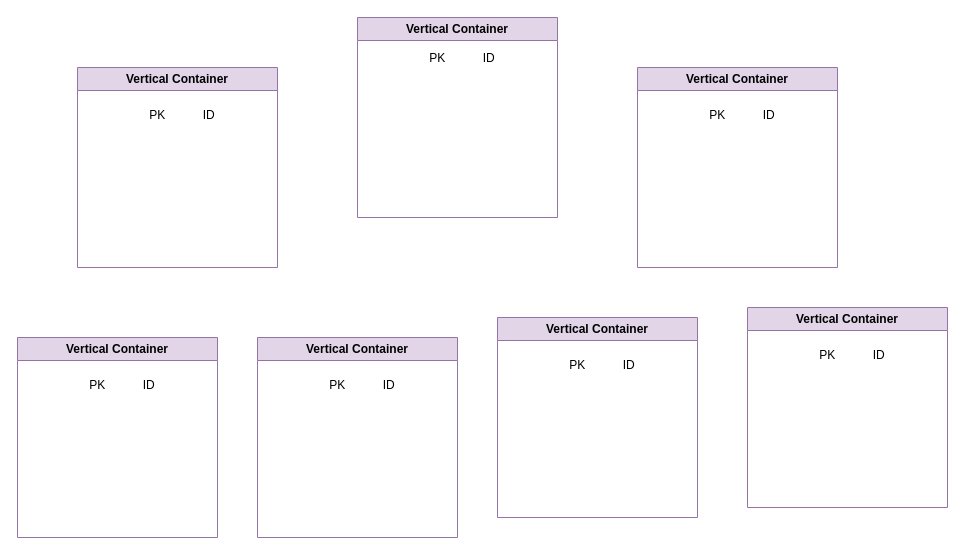
konnylisethalucematorresCAMPUS/baseDeDatosJhon keeps this draw.io diagram as Diagrama sin título.drawio. Above is the earlier version. Source tidied: cells renumbered, new cells numbered last; positions are measured from the earlier drawing's top-left corner, leaving out a move shared by most shapes. Both pictures are drawn from the tidied source at 100%, with x=0, y=0 at pixel (17, 17).
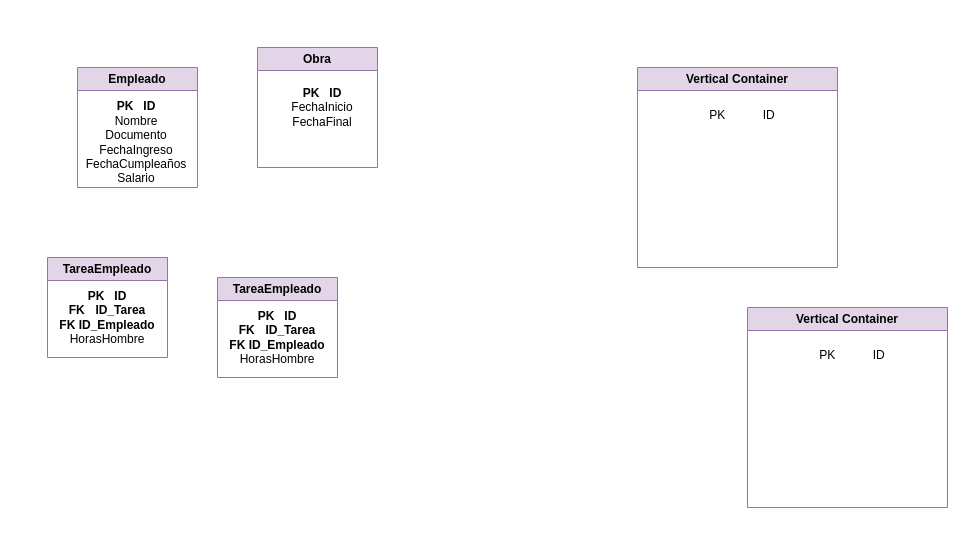
After the change.

The edit, as a diff of the source:
```diff
@@
 <mxGraphModel>
   <root>
     <mxCell id="0" />
     <mxCell id="1" parent="0" />
-    <mxCell id="2" value="Vertical Container" style="swimlane;whiteSpace=wrap;html=1;fillColor=#e1d5e7;strokeColor=#9673a6;" parent="1" vertex="1">
-      <mxGeometry x="240" y="320" width="200" height="200" as="geometry" />
-    </mxCell>
-    <mxCell id="3" value="&lt;blockquote style=&quot;margin: 0 0 0 40px; border: none; padding: 0px;&quot;&gt;PK&amp;nbsp;&lt;span style=&quot;white-space: pre;&quot;&gt;&#9;&lt;span style=&quot;white-space: pre;&quot;&gt;&#9;&lt;/span&gt;&lt;/span&gt;ID&lt;/blockquote&gt;&lt;blockquote style=&quot;margin: 0 0 0 40px; border: none; padding: 0px;&quot;&gt;&lt;br&gt;&lt;/blockquote&gt;" style="text;html=1;align=center;verticalAlign=middle;whiteSpace=wrap;rounded=0;" parent="2" vertex="1">
-      <mxGeometry x="50" y="40" width="70" height="30" as="geometry" />
-    </mxCell>
-    <mxCell id="4" value="Vertical Container" style="swimlane;whiteSpace=wrap;html=1;fillColor=#e1d5e7;strokeColor=#9673a6;" parent="1" vertex="1">
-      <mxGeometry y="320" width="200" height="200" as="geometry" />
-    </mxCell>
-    <mxCell id="5" value="&lt;blockquote style=&quot;margin: 0 0 0 40px; border: none; padding: 0px;&quot;&gt;PK&amp;nbsp;&lt;span style=&quot;white-space: pre;&quot;&gt;&#9;&lt;span style=&quot;white-space: pre;&quot;&gt;&#9;&lt;/span&gt;&lt;/span&gt;ID&lt;/blockquote&gt;&lt;blockquote style=&quot;margin: 0 0 0 40px; border: none; padding: 0px;&quot;&gt;&lt;br&gt;&lt;/blockquote&gt;" style="text;html=1;align=center;verticalAlign=middle;whiteSpace=wrap;rounded=0;" parent="4" vertex="1">
-      <mxGeometry x="50" y="40" width="70" height="30" as="geometry" />
-    </mxCell>
-    <mxCell id="6" value="Vertical Container" style="swimlane;whiteSpace=wrap;html=1;fillColor=#e1d5e7;strokeColor=#9673a6;" parent="1" vertex="1">
-      <mxGeometry x="480" y="300" width="200" height="200" as="geometry" />
-    </mxCell>
-    <mxCell id="7" value="&lt;blockquote style=&quot;margin: 0 0 0 40px; border: none; padding: 0px;&quot;&gt;PK&amp;nbsp;&lt;span style=&quot;white-space: pre;&quot;&gt;&#9;&lt;span style=&quot;white-space: pre;&quot;&gt;&#9;&lt;/span&gt;&lt;/span&gt;ID&lt;/blockquote&gt;&lt;blockquote style=&quot;margin: 0 0 0 40px; border: none; padding: 0px;&quot;&gt;&lt;br&gt;&lt;/blockquote&gt;" style="text;html=1;align=center;verticalAlign=middle;whiteSpace=wrap;rounded=0;" parent="6" vertex="1">
-      <mxGeometry x="50" y="40" width="70" height="30" as="geometry" />
-    </mxCell>
-    <mxCell id="8" value="Vertical Container" style="swimlane;whiteSpace=wrap;html=1;fillColor=#e1d5e7;strokeColor=#9673a6;" parent="1" vertex="1">
-      <mxGeometry x="60" y="50" width="200" height="200" as="geometry" />
+    <mxCell id="8" value="Empleado" style="swimlane;whiteSpace=wrap;html=1;fillColor=#e1d5e7;strokeColor=#9673a6;" parent="1" vertex="1">
+      <mxGeometry x="60" y="50" width="120" height="120" as="geometry" />
     </mxCell>
-    <mxCell id="9" value="&lt;blockquote style=&quot;margin: 0 0 0 40px; border: none; padding: 0px;&quot;&gt;PK&amp;nbsp;&lt;span style=&quot;white-space: pre;&quot;&gt;&#9;&lt;span style=&quot;white-space: pre;&quot;&gt;&#9;&lt;/span&gt;&lt;/span&gt;ID&lt;/blockquote&gt;&lt;blockquote style=&quot;margin: 0 0 0 40px; border: none; padding: 0px;&quot;&gt;&lt;br&gt;&lt;/blockquote&gt;" style="text;html=1;align=center;verticalAlign=middle;whiteSpace=wrap;rounded=0;" parent="8" vertex="1">
-      <mxGeometry x="50" y="40" width="70" height="30" as="geometry" />
+    <mxCell id="9" value="&lt;blockquote style=&quot;margin: 0 0 0 40px; border: none; padding: 0px;&quot;&gt;&lt;b&gt;PK&amp;nbsp;&lt;span style=&quot;white-space: pre;&quot;&gt;&lt;span style=&quot;white-space: pre;&quot;&gt;&#9;&lt;/span&gt;&lt;/span&gt;ID&lt;/b&gt;&lt;/blockquote&gt;&lt;blockquote style=&quot;margin: 0 0 0 40px; border: none; padding: 0px;&quot;&gt;Nombre&lt;/blockquote&gt;&lt;blockquote style=&quot;margin: 0 0 0 40px; border: none; padding: 0px;&quot;&gt;Documento&lt;/blockquote&gt;&lt;blockquote style=&quot;margin: 0 0 0 40px; border: none; padding: 0px;&quot;&gt;FechaIngreso&lt;/blockquote&gt;&lt;blockquote style=&quot;margin: 0 0 0 40px; border: none; padding: 0px;&quot;&gt;FechaCumpleaños&lt;/blockquote&gt;&lt;blockquote style=&quot;margin: 0 0 0 40px; border: none; padding: 0px;&quot;&gt;Salario&lt;/blockquote&gt;" style="text;html=1;align=center;verticalAlign=middle;whiteSpace=wrap;rounded=0;" parent="8" vertex="1">
+      <mxGeometry x="4" y="60" width="70" height="30" as="geometry" />
     </mxCell>
     <mxCell id="10" value="Vertical Container" style="swimlane;whiteSpace=wrap;html=1;fillColor=#e1d5e7;strokeColor=#9673a6;" parent="1" vertex="1">
       <mxGeometry x="730" y="290" width="200" height="200" as="geometry" />
     </mxCell>
     <mxCell id="11" value="&lt;blockquote style=&quot;margin: 0 0 0 40px; border: none; padding: 0px;&quot;&gt;PK&amp;nbsp;&lt;span style=&quot;white-space: pre;&quot;&gt;&#9;&lt;span style=&quot;white-space: pre;&quot;&gt;&#9;&lt;/span&gt;&lt;/span&gt;ID&lt;/blockquote&gt;&lt;blockquote style=&quot;margin: 0 0 0 40px; border: none; padding: 0px;&quot;&gt;&lt;br&gt;&lt;/blockquote&gt;" style="text;html=1;align=center;verticalAlign=middle;whiteSpace=wrap;rounded=0;" parent="10" vertex="1">
       <mxGeometry x="50" y="40" width="70" height="30" as="geometry" />
     </mxCell>
     <mxCell id="12" value="Vertical Container" style="swimlane;whiteSpace=wrap;html=1;fillColor=#e1d5e7;strokeColor=#9673a6;" parent="1" vertex="1">
       <mxGeometry x="620" y="50" width="200" height="200" as="geometry" />
     </mxCell>
     <mxCell id="13" value="&lt;blockquote style=&quot;margin: 0 0 0 40px; border: none; padding: 0px;&quot;&gt;PK&amp;nbsp;&lt;span style=&quot;white-space: pre;&quot;&gt;&#9;&lt;span style=&quot;white-space: pre;&quot;&gt;&#9;&lt;/span&gt;&lt;/span&gt;ID&lt;/blockquote&gt;&lt;blockquote style=&quot;margin: 0 0 0 40px; border: none; padding: 0px;&quot;&gt;&lt;br&gt;&lt;/blockquote&gt;" style="text;html=1;align=center;verticalAlign=middle;whiteSpace=wrap;rounded=0;" parent="12" vertex="1">
       <mxGeometry x="50" y="40" width="70" height="30" as="geometry" />
     </mxCell>
-    <mxCell id="14" value="Vertical Container" style="swimlane;whiteSpace=wrap;html=1;fillColor=#e1d5e7;strokeColor=#9673a6;" parent="1" vertex="1">
-      <mxGeometry x="340" width="200" height="200" as="geometry" />
-    </mxCell>
-    <mxCell id="15" value="&lt;blockquote style=&quot;margin: 0 0 0 40px; border: none; padding: 0px;&quot;&gt;PK&amp;nbsp;&lt;span style=&quot;white-space: pre;&quot;&gt;&#9;&lt;span style=&quot;white-space: pre;&quot;&gt;&#9;&lt;/span&gt;&lt;/span&gt;ID&lt;/blockquote&gt;&lt;blockquote style=&quot;margin: 0 0 0 40px; border: none; padding: 0px;&quot;&gt;&lt;br&gt;&lt;/blockquote&gt;&lt;blockquote style=&quot;margin: 0 0 0 40px; border: none; padding: 0px;&quot;&gt;&lt;br&gt;&lt;/blockquote&gt;" style="text;html=1;align=center;verticalAlign=middle;whiteSpace=wrap;rounded=0;" parent="14" vertex="1">
-      <mxGeometry x="50" y="40" width="70" height="30" as="geometry" />
-    </mxCell>
+    <mxCell id="16" value="Obra" style="swimlane;whiteSpace=wrap;html=1;fillColor=#e1d5e7;strokeColor=#9673a6;" parent="1" vertex="1">
+      <mxGeometry x="240" y="30" width="120" height="120" as="geometry" />
+    </mxCell>
+    <mxCell id="17" value="&lt;blockquote style=&quot;margin: 0 0 0 40px; border: none; padding: 0px;&quot;&gt;&lt;b&gt;PK&amp;nbsp;&lt;span style=&quot;white-space: pre;&quot;&gt;&lt;span style=&quot;white-space: pre;&quot;&gt;&#9;&lt;/span&gt;&lt;/span&gt;ID&lt;/b&gt;&lt;/blockquote&gt;&lt;blockquote style=&quot;margin: 0 0 0 40px; border: none; padding: 0px;&quot;&gt;FechaInicio&lt;/blockquote&gt;&lt;blockquote style=&quot;margin: 0 0 0 40px; border: none; padding: 0px;&quot;&gt;FechaFinal&lt;/blockquote&gt;" style="text;html=1;align=center;verticalAlign=middle;whiteSpace=wrap;rounded=0;" parent="16" vertex="1">
+      <mxGeometry x="10" y="45" width="70" height="30" as="geometry" />
+    </mxCell>
+    <mxCell id="18" value="TareaEmpleado" style="swimlane;whiteSpace=wrap;html=1;fillColor=#e1d5e7;strokeColor=#9673a6;" parent="1" vertex="1">
+      <mxGeometry x="30" y="240" width="120" height="100" as="geometry" />
+    </mxCell>
+    <mxCell id="19" value="&lt;blockquote style=&quot;margin: 0 0 0 40px; border: none; padding: 0px;&quot;&gt;&lt;b&gt;PK&amp;nbsp;&lt;span style=&quot;white-space: pre;&quot;&gt;&lt;span style=&quot;white-space: pre;&quot;&gt;&#9;&lt;/span&gt;&lt;/span&gt;ID&lt;/b&gt;&lt;/blockquote&gt;&lt;blockquote style=&quot;margin: 0 0 0 40px; border: none; padding: 0px;&quot;&gt;&lt;b&gt;FK&amp;nbsp;&lt;span style=&quot;white-space: pre;&quot;&gt;&#9;&lt;/span&gt;ID_Tarea&lt;/b&gt;&lt;/blockquote&gt;&lt;blockquote style=&quot;margin: 0 0 0 40px; border: none; padding: 0px;&quot;&gt;&lt;b&gt;FK ID_Empleado&lt;/b&gt;&lt;/blockquote&gt;&lt;blockquote style=&quot;margin: 0 0 0 40px; border: none; padding: 0px;&quot;&gt;HorasHombre&lt;/blockquote&gt;" style="text;html=1;align=center;verticalAlign=middle;whiteSpace=wrap;rounded=0;" parent="18" vertex="1">
+      <mxGeometry x="-30" y="45" width="140" height="30" as="geometry" />
+    </mxCell>
+    <mxCell id="20" value="TareaEmpleado" style="swimlane;whiteSpace=wrap;html=1;fillColor=#e1d5e7;strokeColor=#9673a6;" parent="1" vertex="1">
+      <mxGeometry x="200" y="260" width="120" height="100" as="geometry" />
+    </mxCell>
+    <mxCell id="21" value="&lt;blockquote style=&quot;margin: 0 0 0 40px; border: none; padding: 0px;&quot;&gt;&lt;b&gt;PK&amp;nbsp;&lt;span style=&quot;white-space: pre;&quot;&gt;&lt;span style=&quot;white-space: pre;&quot;&gt;&#9;&lt;/span&gt;&lt;/span&gt;ID&lt;/b&gt;&lt;/blockquote&gt;&lt;blockquote style=&quot;margin: 0 0 0 40px; border: none; padding: 0px;&quot;&gt;&lt;b&gt;FK&amp;nbsp;&lt;span style=&quot;white-space: pre;&quot;&gt;&#9;&lt;/span&gt;ID_Tarea&lt;/b&gt;&lt;/blockquote&gt;&lt;blockquote style=&quot;margin: 0 0 0 40px; border: none; padding: 0px;&quot;&gt;&lt;b&gt;FK ID_Empleado&lt;/b&gt;&lt;/blockquote&gt;&lt;blockquote style=&quot;margin: 0 0 0 40px; border: none; padding: 0px;&quot;&gt;HorasHombre&lt;/blockquote&gt;" style="text;html=1;align=center;verticalAlign=middle;whiteSpace=wrap;rounded=0;" parent="20" vertex="1">
+      <mxGeometry x="-30" y="45" width="140" height="30" as="geometry" />
+    </mxCell>
   </root>
 </mxGraphModel>
```
